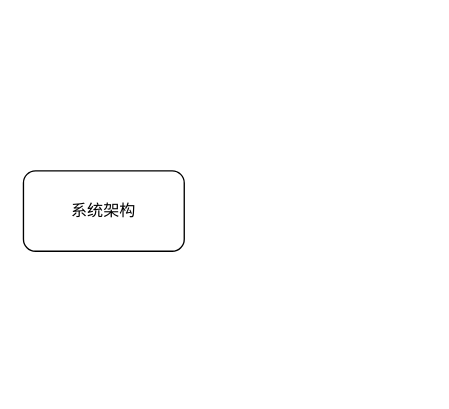
azusachino/little-record keeps this draw.io diagram as page "系统架构" (1 of 3) of examination/system-arch-design/01.绪论/readme.drawio. Above is the earlier version. Source tidied: cells renumbered, new cells numbered last; positions are measured from the earlier drawing's top-left corner, leaving out a move shared by most shapes. Both pictures are drawn from the tidied source at 134%, with x=0, y=0 at pixel (23, 170).
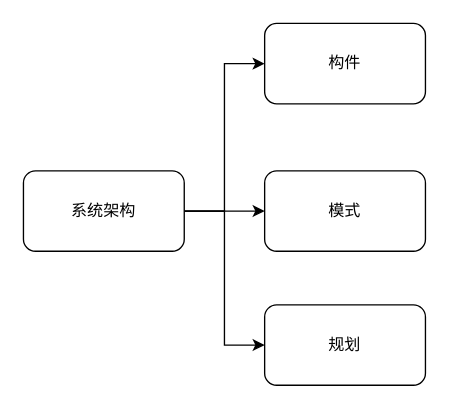
Above is the later version.

Diff of the diagram source:
```diff
@@
 <mxGraphModel>
   <root>
     <mxCell id="0" />
     <mxCell id="1" parent="0" />
+    <mxCell id="3" style="edgeStyle=orthogonalEdgeStyle;rounded=0;jettySize=auto;html=1;entryX=0;entryY=0.5;entryDx=0;entryDy=0;" parent="1" edge="1" source="2" target="8">
+      <mxGeometry relative="1" as="geometry" />
+    </mxCell>
+    <mxCell id="4" style="edgeStyle=orthogonalEdgeStyle;rounded=0;jettySize=auto;html=1;" parent="1" edge="1" source="2" target="7">
+      <mxGeometry relative="1" as="geometry" />
+    </mxCell>
+    <mxCell id="5" style="edgeStyle=orthogonalEdgeStyle;rounded=0;jettySize=auto;html=1;entryX=0;entryY=0.5;entryDx=0;entryDy=0;" parent="1" edge="1" source="2" target="6">
+      <mxGeometry relative="1" as="geometry" />
+    </mxCell>
     <mxCell id="2" value="系统架构" style="rounded=1;whiteSpace=wrap;html=1;" parent="1" vertex="1">
       <mxGeometry width="120" height="60" as="geometry" />
     </mxCell>
+    <mxCell id="6" value="规划" style="rounded=1;whiteSpace=wrap;html=1;" parent="1" vertex="1">
+      <mxGeometry x="180" y="100" width="120" height="60" as="geometry" />
+    </mxCell>
+    <mxCell id="7" value="模式" style="rounded=1;whiteSpace=wrap;html=1;" parent="1" vertex="1">
+      <mxGeometry x="180" width="120" height="60" as="geometry" />
+    </mxCell>
+    <mxCell id="8" value="构件" style="rounded=1;whiteSpace=wrap;html=1;" parent="1" vertex="1">
+      <mxGeometry x="180" y="-110" width="120" height="60" as="geometry" />
+    </mxCell>
   </root>
 </mxGraphModel>
```
